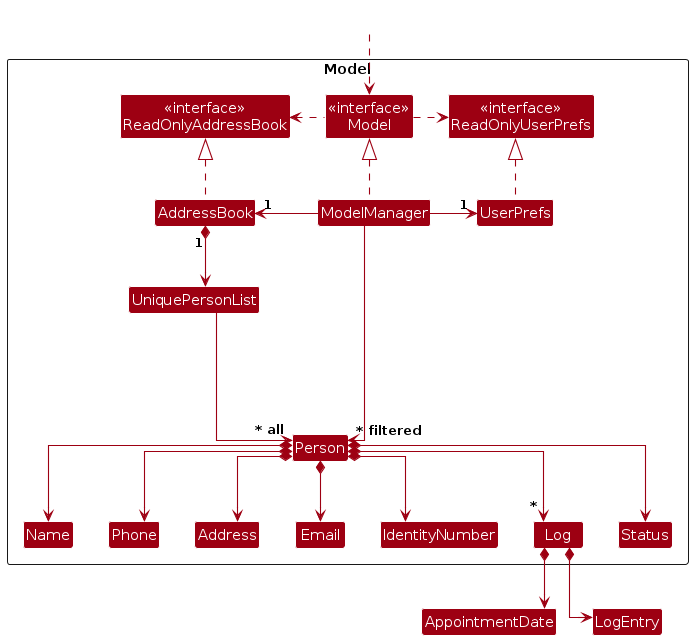
Earlier version of the PlantUML export diagrams/ModelClassDiagram.png (AY2425S1-CS2103T-W13-3/tp). Its source is kept beside it as diagrams/ModelClassDiagram.puml.
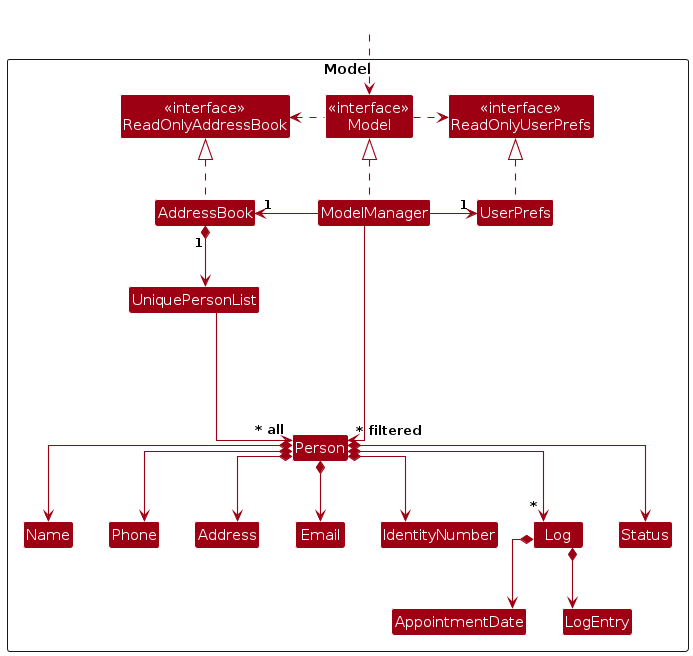
After the change.

Diff of the diagram source:
```diff
@@ -22,6 +22,8 @@
 Class Phone
 Class Log
 Class Status
+Class LogEntry
+Class AppointmentDate
 
 Class I #FFFFFF
 }
```
